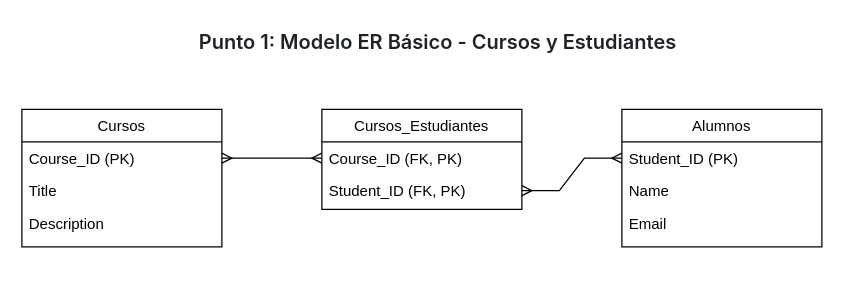
Before: Diagrama sin título.drawio in luiscarlos370/ProyectoFJS, a draw.io diagram. Source tidied: cells renumbered, new cells numbered last; positions are measured from the earlier drawing's top-left corner, leaving out a move shared by most shapes. Both pictures are drawn from the tidied source at 125%, with x=0, y=0 at pixel (21, 21).
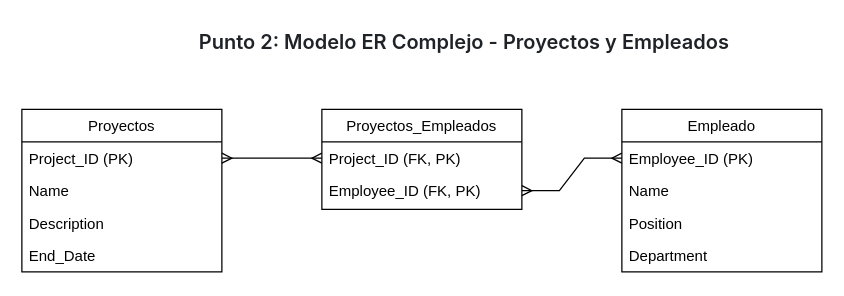
The same page after the edit.

The edit, as a diff of the source:
```diff
@@
 <mxGraphModel>
   <root>
     <mxCell id="0" />
     <mxCell id="1" parent="0" />
-    <mxCell id="2" value="Cursos" style="swimlane;fontStyle=0;align=center;verticalAlign=top;horizontal=1;startSize=26;rounded=0;shadow=0;strokeWidth=1;" parent="1" vertex="1">
-      <mxGeometry y="70" width="160" height="110" as="geometry" />
+    <mxCell id="2" value="Proyectos" style="swimlane;fontStyle=0;align=center;verticalAlign=top;horizontal=1;startSize=26;rounded=0;shadow=0;strokeWidth=1;" parent="1" vertex="1">
+      <mxGeometry y="70" width="160" height="130" as="geometry" />
     </mxCell>
-    <mxCell id="3" value="Course_ID (PK)" style="text;align=left;verticalAlign=top;spacingLeft=4;spacingRight=4;overflow=hidden;points=[[0,0.5],[1,0.5]];portConstraint=eastwest;" parent="2" vertex="1">
+    <mxCell id="3" value=" Project_ID (PK)" style="text;align=left;verticalAlign=top;spacingLeft=4;spacingRight=4;overflow=hidden;points=[[0,0.5],[1,0.5]];portConstraint=eastwest;" parent="2" vertex="1">
       <mxGeometry y="26" width="160" height="26" as="geometry" />
     </mxCell>
-    <mxCell id="4" value="Title" style="text;align=left;verticalAlign=top;spacingLeft=4;spacingRight=4;overflow=hidden;" parent="2" vertex="1">
+    <mxCell id="4" value="Name                " style="text;align=left;verticalAlign=top;spacingLeft=4;spacingRight=4;overflow=hidden;" parent="2" vertex="1">
       <mxGeometry y="52" width="160" height="26" as="geometry" />
     </mxCell>
     <mxCell id="5" value=" Description" style="text;align=left;verticalAlign=top;spacingLeft=4;spacingRight=4;overflow=hidden;rounded=0;shadow=0;html=0;" parent="2" vertex="1">
       <mxGeometry y="78" width="160" height="26" as="geometry" />
     </mxCell>
+    <mxCell id="16" value=" End_Date            " style="text;align=left;verticalAlign=top;spacingLeft=4;spacingRight=4;overflow=hidden;rounded=0;shadow=0;html=0;" parent="2" vertex="1">
+      <mxGeometry y="104" width="160" height="26" as="geometry" />
+    </mxCell>
-    <mxCell id="6" value="&lt;span style=&quot;box-sizing: border-box; font-weight: var(--base-text-weight-semibold, 600); color: rgb(31, 35, 40); font-family: -apple-system, BlinkMacSystemFont, &amp;quot;Segoe UI&amp;quot;, &amp;quot;Noto Sans&amp;quot;, Helvetica, Arial, sans-serif, &amp;quot;Apple Color Emoji&amp;quot;, &amp;quot;Segoe UI Emoji&amp;quot;; font-size: 16px; background-color: rgb(255, 255, 255);&quot;&gt;&lt;font style=&quot;box-sizing: border-box; vertical-align: inherit;&quot;&gt;Punto 1: Modelo ER Básico - Cursos y Estudiantes&lt;/font&gt;&lt;/span&gt;" style="text;whiteSpace=wrap;html=1;" parent="1" vertex="1">
+    <mxCell id="6" value="&lt;span style=&quot;box-sizing: border-box; font-weight: var(--base-text-weight-semibold, 600); color: rgb(31, 35, 40); font-family: -apple-system, BlinkMacSystemFont, &amp;quot;Segoe UI&amp;quot;, &amp;quot;Noto Sans&amp;quot;, Helvetica, Arial, sans-serif, &amp;quot;Apple Color Emoji&amp;quot;, &amp;quot;Segoe UI Emoji&amp;quot;; font-size: 16px; background-color: rgb(255, 255, 255);&quot;&gt;&lt;font style=&quot;box-sizing: border-box; vertical-align: inherit;&quot;&gt;Punto 2: Modelo ER Complejo - Proyectos y Empleados&lt;/font&gt;&lt;/span&gt;" style="text;whiteSpace=wrap;html=1;" parent="1" vertex="1">
       <mxGeometry x="140" width="476" height="40" as="geometry" />
     </mxCell>
-    <mxCell id="7" value="Cursos_Estudiantes" style="swimlane;fontStyle=0;align=center;verticalAlign=top;horizontal=1;startSize=26;rounded=0;shadow=0;strokeWidth=1;" parent="1" vertex="1">
+    <mxCell id="7" value="Proyectos_Empleados" style="swimlane;fontStyle=0;align=center;verticalAlign=top;horizontal=1;startSize=26;rounded=0;shadow=0;strokeWidth=1;" parent="1" vertex="1">
       <mxGeometry x="240" y="70" width="160" height="80" as="geometry" />
     </mxCell>
-    <mxCell id="8" value="Course_ID (FK, PK)" style="text;align=left;verticalAlign=top;spacingLeft=4;spacingRight=4;overflow=hidden;points=[[0,0.5],[1,0.5]];portConstraint=eastwest;" parent="7" vertex="1">
+    <mxCell id="8" value="Project_ID (FK, PK) " style="text;align=left;verticalAlign=top;spacingLeft=4;spacingRight=4;overflow=hidden;points=[[0,0.5],[1,0.5]];portConstraint=eastwest;" parent="7" vertex="1">
       <mxGeometry y="26" width="160" height="26" as="geometry" />
     </mxCell>
-    <mxCell id="9" value="Student_ID (FK, PK)" style="text;align=left;verticalAlign=top;spacingLeft=4;spacingRight=4;overflow=hidden;points=[[0,0.5],[1,0.5]];portConstraint=eastwest;rounded=0;shadow=0;html=0;" parent="7" vertex="1">
+    <mxCell id="9" value="Employee_ID (FK, PK)" style="text;align=left;verticalAlign=top;spacingLeft=4;spacingRight=4;overflow=hidden;points=[[0,0.5],[1,0.5]];portConstraint=eastwest;rounded=0;shadow=0;html=0;" parent="7" vertex="1">
       <mxGeometry y="52" width="160" height="26" as="geometry" />
     </mxCell>
-    <mxCell id="10" value="Alumnos" style="swimlane;fontStyle=0;align=center;verticalAlign=top;horizontal=1;startSize=26;rounded=0;shadow=0;strokeWidth=1;" parent="1" vertex="1">
-      <mxGeometry x="480" y="70" width="160" height="110" as="geometry" />
+    <mxCell id="10" value="Empleado        " style="swimlane;fontStyle=0;align=center;verticalAlign=top;horizontal=1;startSize=26;rounded=0;shadow=0;strokeWidth=1;" parent="1" vertex="1">
+      <mxGeometry x="480" y="70" width="160" height="130" as="geometry" />
     </mxCell>
-    <mxCell id="11" value="Student_ID (PK) " style="text;align=left;verticalAlign=top;spacingLeft=4;spacingRight=4;overflow=hidden;points=[[0,0.5],[1,0.5]];portConstraint=eastwest;" parent="10" vertex="1">
+    <mxCell id="11" value="Employee_ID (PK)" style="text;align=left;verticalAlign=top;spacingLeft=4;spacingRight=4;overflow=hidden;points=[[0,0.5],[1,0.5]];portConstraint=eastwest;" parent="10" vertex="1">
       <mxGeometry y="26" width="160" height="26" as="geometry" />
     </mxCell>
-    <mxCell id="12" value="Name              " style="text;align=left;verticalAlign=top;spacingLeft=4;spacingRight=4;overflow=hidden;" parent="10" vertex="1">
+    <mxCell id="12" value="Name                              " style="text;align=left;verticalAlign=top;spacingLeft=4;spacingRight=4;overflow=hidden;" parent="10" vertex="1">
       <mxGeometry y="52" width="160" height="26" as="geometry" />
     </mxCell>
+    <mxCell id="17" value="Position                         " style="text;align=left;verticalAlign=top;spacingLeft=4;spacingRight=4;overflow=hidden;" parent="10" vertex="1">
+      <mxGeometry y="78" width="160" height="26" as="geometry" />
+    </mxCell>
-    <mxCell id="13" value="Email             " style="text;align=left;verticalAlign=top;spacingLeft=4;spacingRight=4;overflow=hidden;" parent="10" vertex="1">
-      <mxGeometry y="78" width="160" height="26" as="geometry" />
+    <mxCell id="13" value="Department                                   " style="text;align=left;verticalAlign=top;spacingLeft=4;spacingRight=4;overflow=hidden;" parent="10" vertex="1">
+      <mxGeometry y="104" width="160" height="26" as="geometry" />
     </mxCell>
     <mxCell id="14" style="edgeStyle=entityRelationEdgeStyle;fontSize=12;html=1;endArrow=ERmany;startArrow=ERmany;rounded=0;entryX=0;entryY=0.5;entryDx=0;entryDy=0;exitX=1;exitY=0.5;exitDx=0;exitDy=0;" parent="1" edge="1" source="9" target="11">
       <mxGeometry relative="1" as="geometry" />
     </mxCell>
     <mxCell id="15" style="edgeStyle=entityRelationEdgeStyle;fontSize=12;html=1;endArrow=ERmany;startArrow=ERmany;rounded=0;entryX=0;entryY=0.5;entryDx=0;entryDy=0;exitX=1;exitY=0.5;exitDx=0;exitDy=0;" parent="1" edge="1" source="3" target="8">
       <mxGeometry relative="1" as="geometry" />
     </mxCell>
   </root>
 </mxGraphModel>
```
